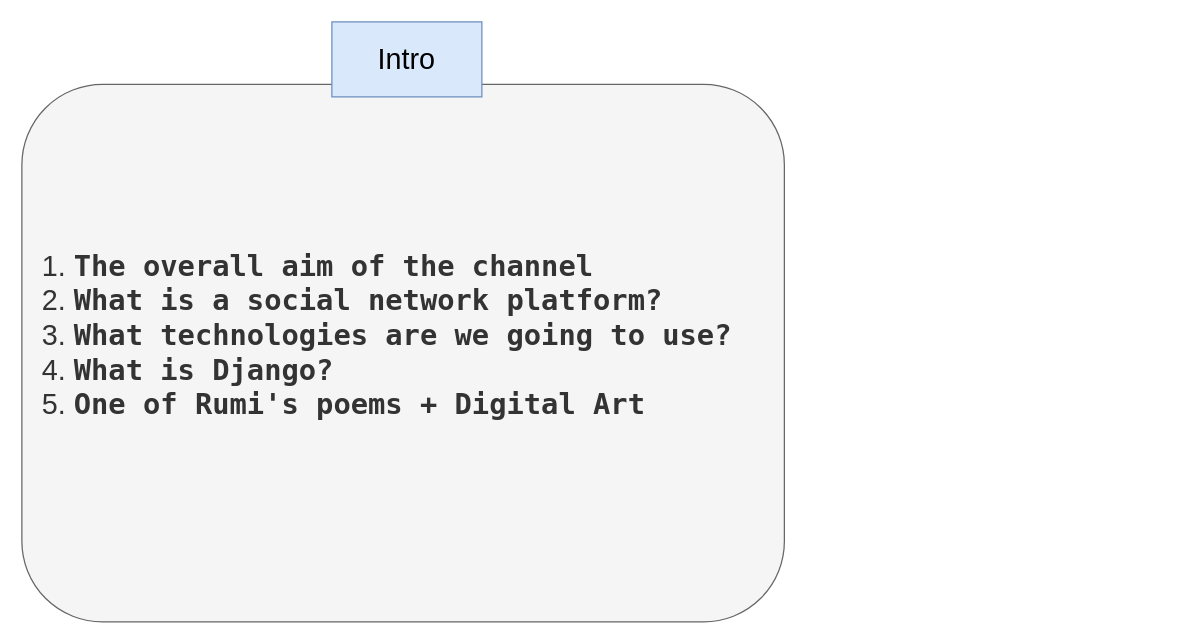
Earlier version of the draw.io diagram page "Intro" (1 of 7) of Session 1.drawio (raminux/diagrams). Source tidied: cells renumbered, new cells numbered last; positions are measured from the earlier drawing's top-left corner, leaving out a move shared by most shapes. Both pictures are drawn from the tidied source at 125%, with x=0, y=0 at pixel (21, 21).
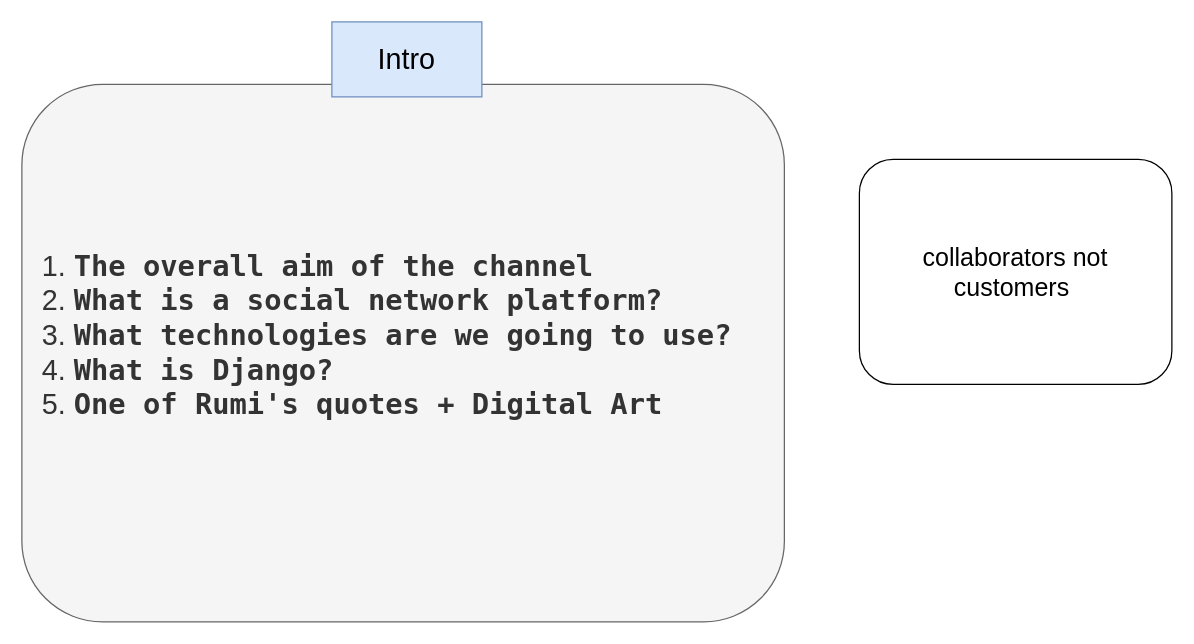
The same page after the edit.

Commit message:
Update Session 1 - chanel topics.drawio

The edit, as a diff of the source:
```diff
@@
 <mxGraphModel>
   <root>
     <mxCell id="0" />
     <mxCell id="1" parent="0" />
-    <mxCell id="2" value="&lt;ol&gt;&lt;li&gt;&lt;span style=&quot;font-weight: bold; font-family: &amp;quot;Droid Sans Mono&amp;quot;, &amp;quot;monospace&amp;quot;, monospace; font-size: 23px;&quot;&gt;The overall aim of the channel&lt;/span&gt;&lt;/li&gt;&lt;li&gt;&lt;span style=&quot;font-family: &amp;quot;Droid Sans Mono&amp;quot;, &amp;quot;monospace&amp;quot;, monospace; font-weight: bold;&quot;&gt;What is a social network platform?&lt;/span&gt;&lt;br&gt;&lt;/li&gt;&lt;li&gt;&lt;span style=&quot;font-weight: bold; font-family: &amp;quot;Droid Sans Mono&amp;quot;, &amp;quot;monospace&amp;quot;, monospace;&quot;&gt;What technologies are we going to use?&lt;/span&gt;&lt;br&gt;&lt;/li&gt;&lt;li&gt;&lt;span style=&quot;font-weight: bold; font-family: &amp;quot;Droid Sans Mono&amp;quot;, &amp;quot;monospace&amp;quot;, monospace;&quot;&gt;What is Django?&lt;/span&gt;&lt;/li&gt;&lt;li&gt;&lt;span style=&quot;font-weight: bold; font-family: &amp;quot;Droid Sans Mono&amp;quot;, &amp;quot;monospace&amp;quot;, monospace;&quot;&gt;One of Rumi's poems + Digital Art&lt;/span&gt;&lt;span style=&quot;color: rgb(166, 226, 46); font-family: &amp;quot;Droid Sans Mono&amp;quot;, &amp;quot;monospace&amp;quot;, monospace; font-weight: bold;&quot;&gt;&amp;nbsp;&lt;/span&gt;&lt;/li&gt;&lt;/ol&gt;&lt;span style=&quot;background-color: rgb(39, 40, 34); color: rgb(166, 226, 46); font-family: &amp;quot;Droid Sans Mono&amp;quot;, &amp;quot;monospace&amp;quot;, monospace; font-size: 23px; font-weight: bold;&quot;&gt;&lt;br&gt;&lt;/span&gt;" style="rounded=1;whiteSpace=wrap;html=1;fontSize=23;align=left;fillColor=#f5f5f5;fontColor=#333333;strokeColor=#666666;" parent="1" vertex="1">
+    <mxCell id="2" value="&lt;ol&gt;&lt;li&gt;&lt;span style=&quot;font-weight: bold; font-family: &amp;quot;Droid Sans Mono&amp;quot;, &amp;quot;monospace&amp;quot;, monospace; font-size: 23px;&quot;&gt;The overall aim of the channel&lt;/span&gt;&lt;/li&gt;&lt;li&gt;&lt;span style=&quot;font-family: &amp;quot;Droid Sans Mono&amp;quot;, &amp;quot;monospace&amp;quot;, monospace; font-weight: bold;&quot;&gt;What is a social network platform?&lt;/span&gt;&lt;br&gt;&lt;/li&gt;&lt;li&gt;&lt;span style=&quot;font-weight: bold; font-family: &amp;quot;Droid Sans Mono&amp;quot;, &amp;quot;monospace&amp;quot;, monospace;&quot;&gt;What technologies are we going to use?&lt;/span&gt;&lt;br&gt;&lt;/li&gt;&lt;li&gt;&lt;span style=&quot;font-weight: bold; font-family: &amp;quot;Droid Sans Mono&amp;quot;, &amp;quot;monospace&amp;quot;, monospace;&quot;&gt;What is Django?&lt;/span&gt;&lt;/li&gt;&lt;li&gt;&lt;span style=&quot;font-weight: bold; font-family: &amp;quot;Droid Sans Mono&amp;quot;, &amp;quot;monospace&amp;quot;, monospace;&quot;&gt;One of Rumi's quotes + Digital Art&lt;/span&gt;&lt;span style=&quot;color: rgb(166, 226, 46); font-family: &amp;quot;Droid Sans Mono&amp;quot;, &amp;quot;monospace&amp;quot;, monospace; font-weight: bold;&quot;&gt;&amp;nbsp;&lt;/span&gt;&lt;/li&gt;&lt;/ol&gt;&lt;span style=&quot;background-color: rgb(39, 40, 34); color: rgb(166, 226, 46); font-family: &amp;quot;Droid Sans Mono&amp;quot;, &amp;quot;monospace&amp;quot;, monospace; font-size: 23px; font-weight: bold;&quot;&gt;&lt;br&gt;&lt;/span&gt;" style="rounded=1;whiteSpace=wrap;html=1;fontSize=23;align=left;fillColor=#f5f5f5;fontColor=#333333;strokeColor=#666666;" parent="1" vertex="1">
       <mxGeometry y="50" width="610" height="430" as="geometry" />
     </mxCell>
     <mxCell id="3" value="Intro" style="rounded=0;whiteSpace=wrap;html=1;fontSize=23;fillColor=#dae8fc;strokeColor=#6c8ebf;" parent="1" vertex="1">
       <mxGeometry x="248" width="120" height="60" as="geometry" />
     </mxCell>
+    <mxCell id="4" value="&lt;font style=&quot;font-size: 20px;&quot;&gt;collaborators not customers&amp;nbsp;&lt;/font&gt;" style="rounded=1;whiteSpace=wrap;html=1;" parent="1" vertex="1">
+      <mxGeometry x="670" y="110" width="250" height="180" as="geometry" />
+    </mxCell>
   </root>
 </mxGraphModel>
```
